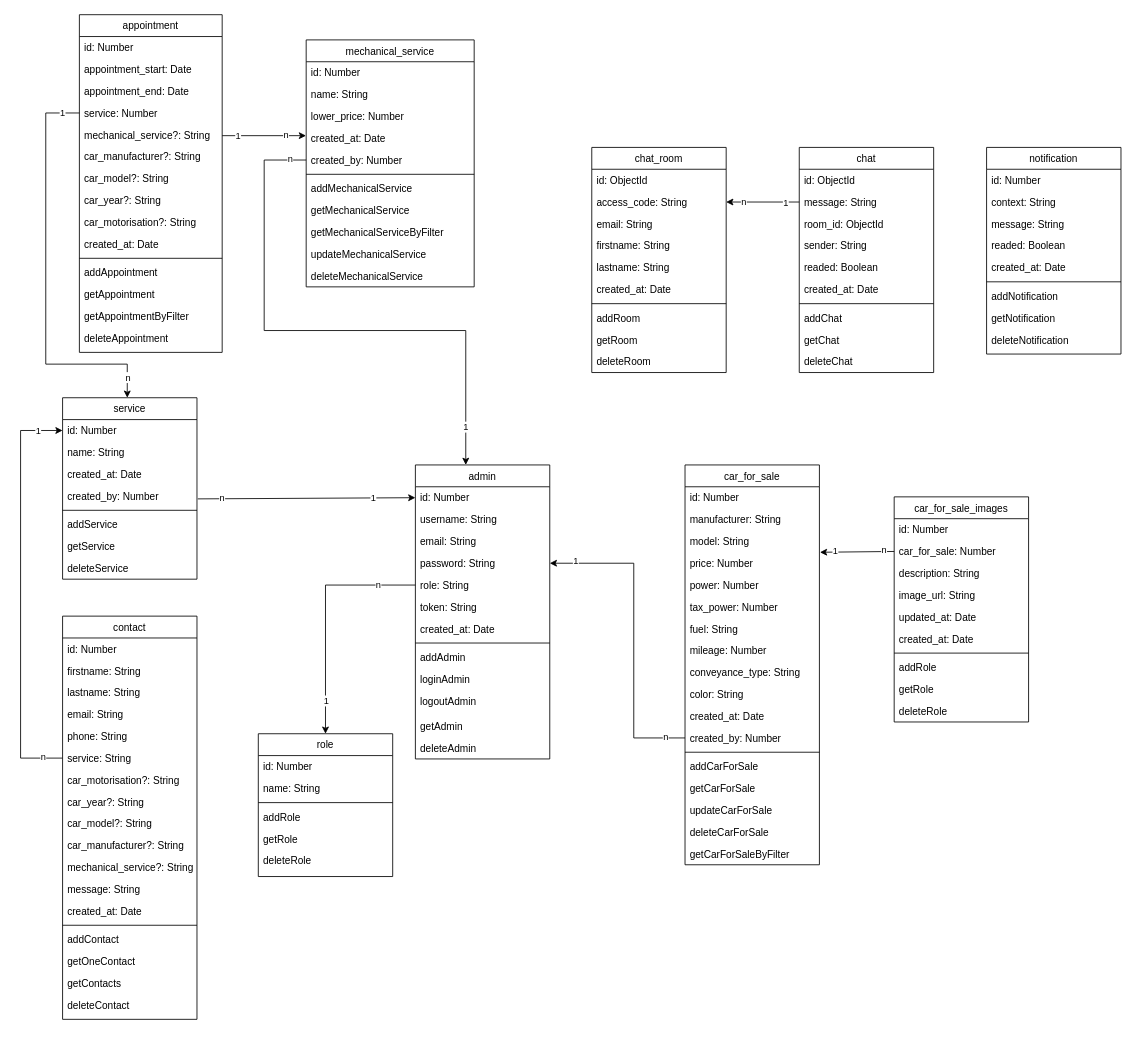
nsevendev/hephaistos keeps this draw.io diagram as documentation/hephaistos-MCD.drawio. Above is the earlier version. Source tidied: cells renumbered, new cells numbered last; positions are measured from the earlier drawing's top-left corner, leaving out a move shared by most shapes. Both pictures are drawn from the tidied source at 84%, with x=0, y=0 at pixel (20, 14).
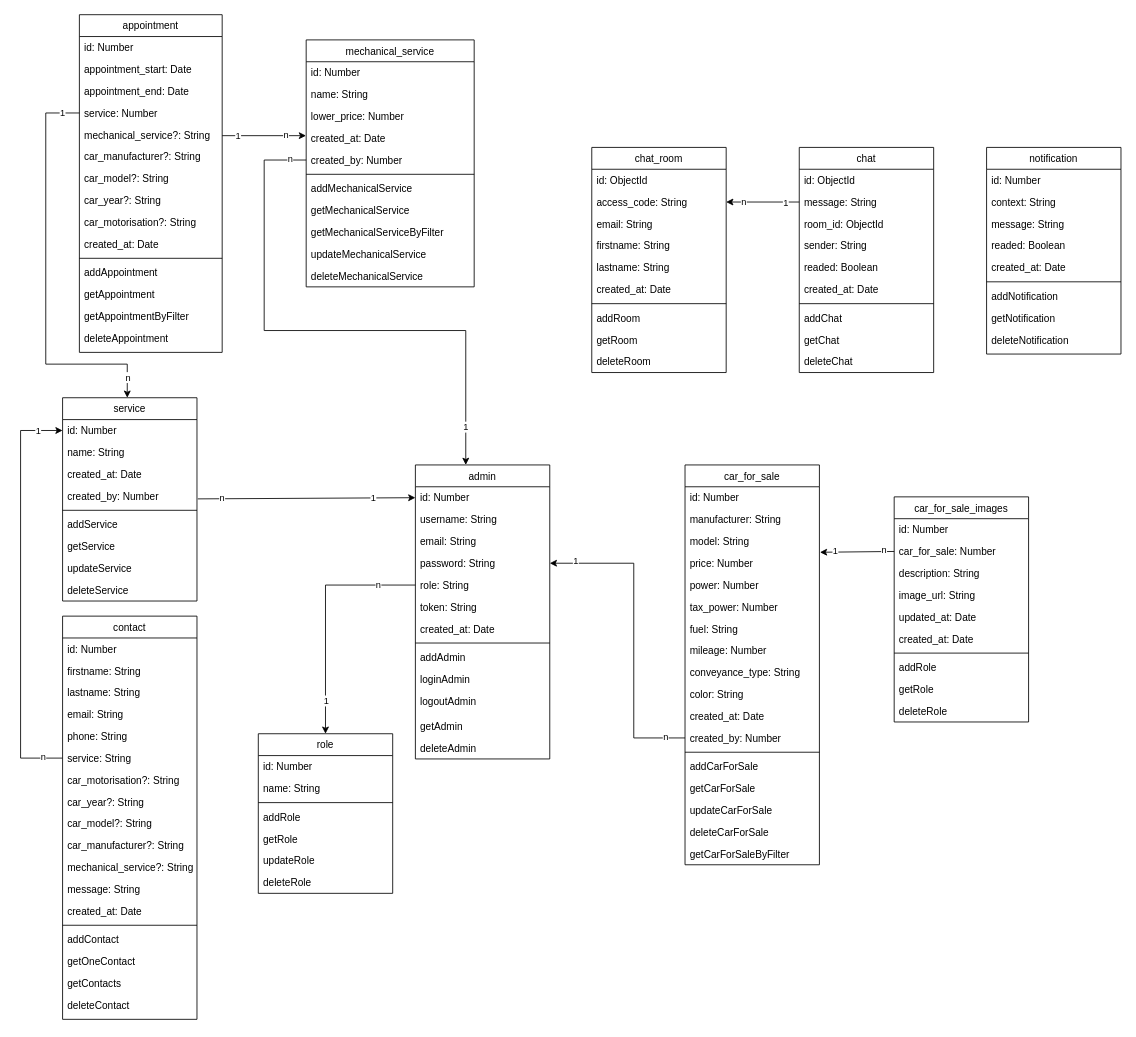
The same diagram, later.

Commit message:
modification table role et table service

What changed in the source:
```diff
@@
     <mxCell id="91" value="role" style="swimlane;fontStyle=0;align=center;verticalAlign=top;horizontal=1;startSize=26;rounded=0;shadow=0;strokeWidth=1;" parent="1" vertex="1">
-      <mxGeometry x="283" y="856" width="160" height="170" as="geometry" />
+      <mxGeometry x="283" y="856" width="160" height="190" as="geometry" />
     </mxCell>
@@
+    <mxCell id="168" value="updateRole" style="text;align=left;verticalAlign=top;spacingLeft=4;spacingRight=4;overflow=hidden;" parent="91" vertex="1">
+      <mxGeometry y="138" width="160" height="26" as="geometry" />
+    </mxCell>
     <mxCell id="97" value="deleteRole" style="text;align=left;verticalAlign=top;spacingLeft=4;spacingRight=4;overflow=hidden;" parent="91" vertex="1">
-      <mxGeometry y="138" width="160" height="26" as="geometry" />
+      <mxGeometry y="164" width="160" height="26" as="geometry" />
     </mxCell>
@@
     <mxCell id="144" value="service" style="swimlane;fontStyle=0;align=center;verticalAlign=top;horizontal=1;startSize=26;rounded=0;shadow=0;strokeWidth=1;" parent="1" vertex="1">
-      <mxGeometry x="50" y="456" width="160" height="216" as="geometry" />
+      <mxGeometry x="50" y="456" width="160" height="242" as="geometry" />
     </mxCell>
@@
+    <mxCell id="169" value="updateService" style="text;align=left;verticalAlign=top;spacingLeft=4;spacingRight=4;overflow=hidden;" parent="144" vertex="1">
+      <mxGeometry y="190" width="160" height="26" as="geometry" />
+    </mxCell>
     <mxCell id="152" value="deleteService" style="text;align=left;verticalAlign=top;spacingLeft=4;spacingRight=4;overflow=hidden;" parent="144" vertex="1">
-      <mxGeometry y="190" width="160" height="26" as="geometry" />
+      <mxGeometry y="216" width="160" height="26" as="geometry" />
     </mxCell>
```
